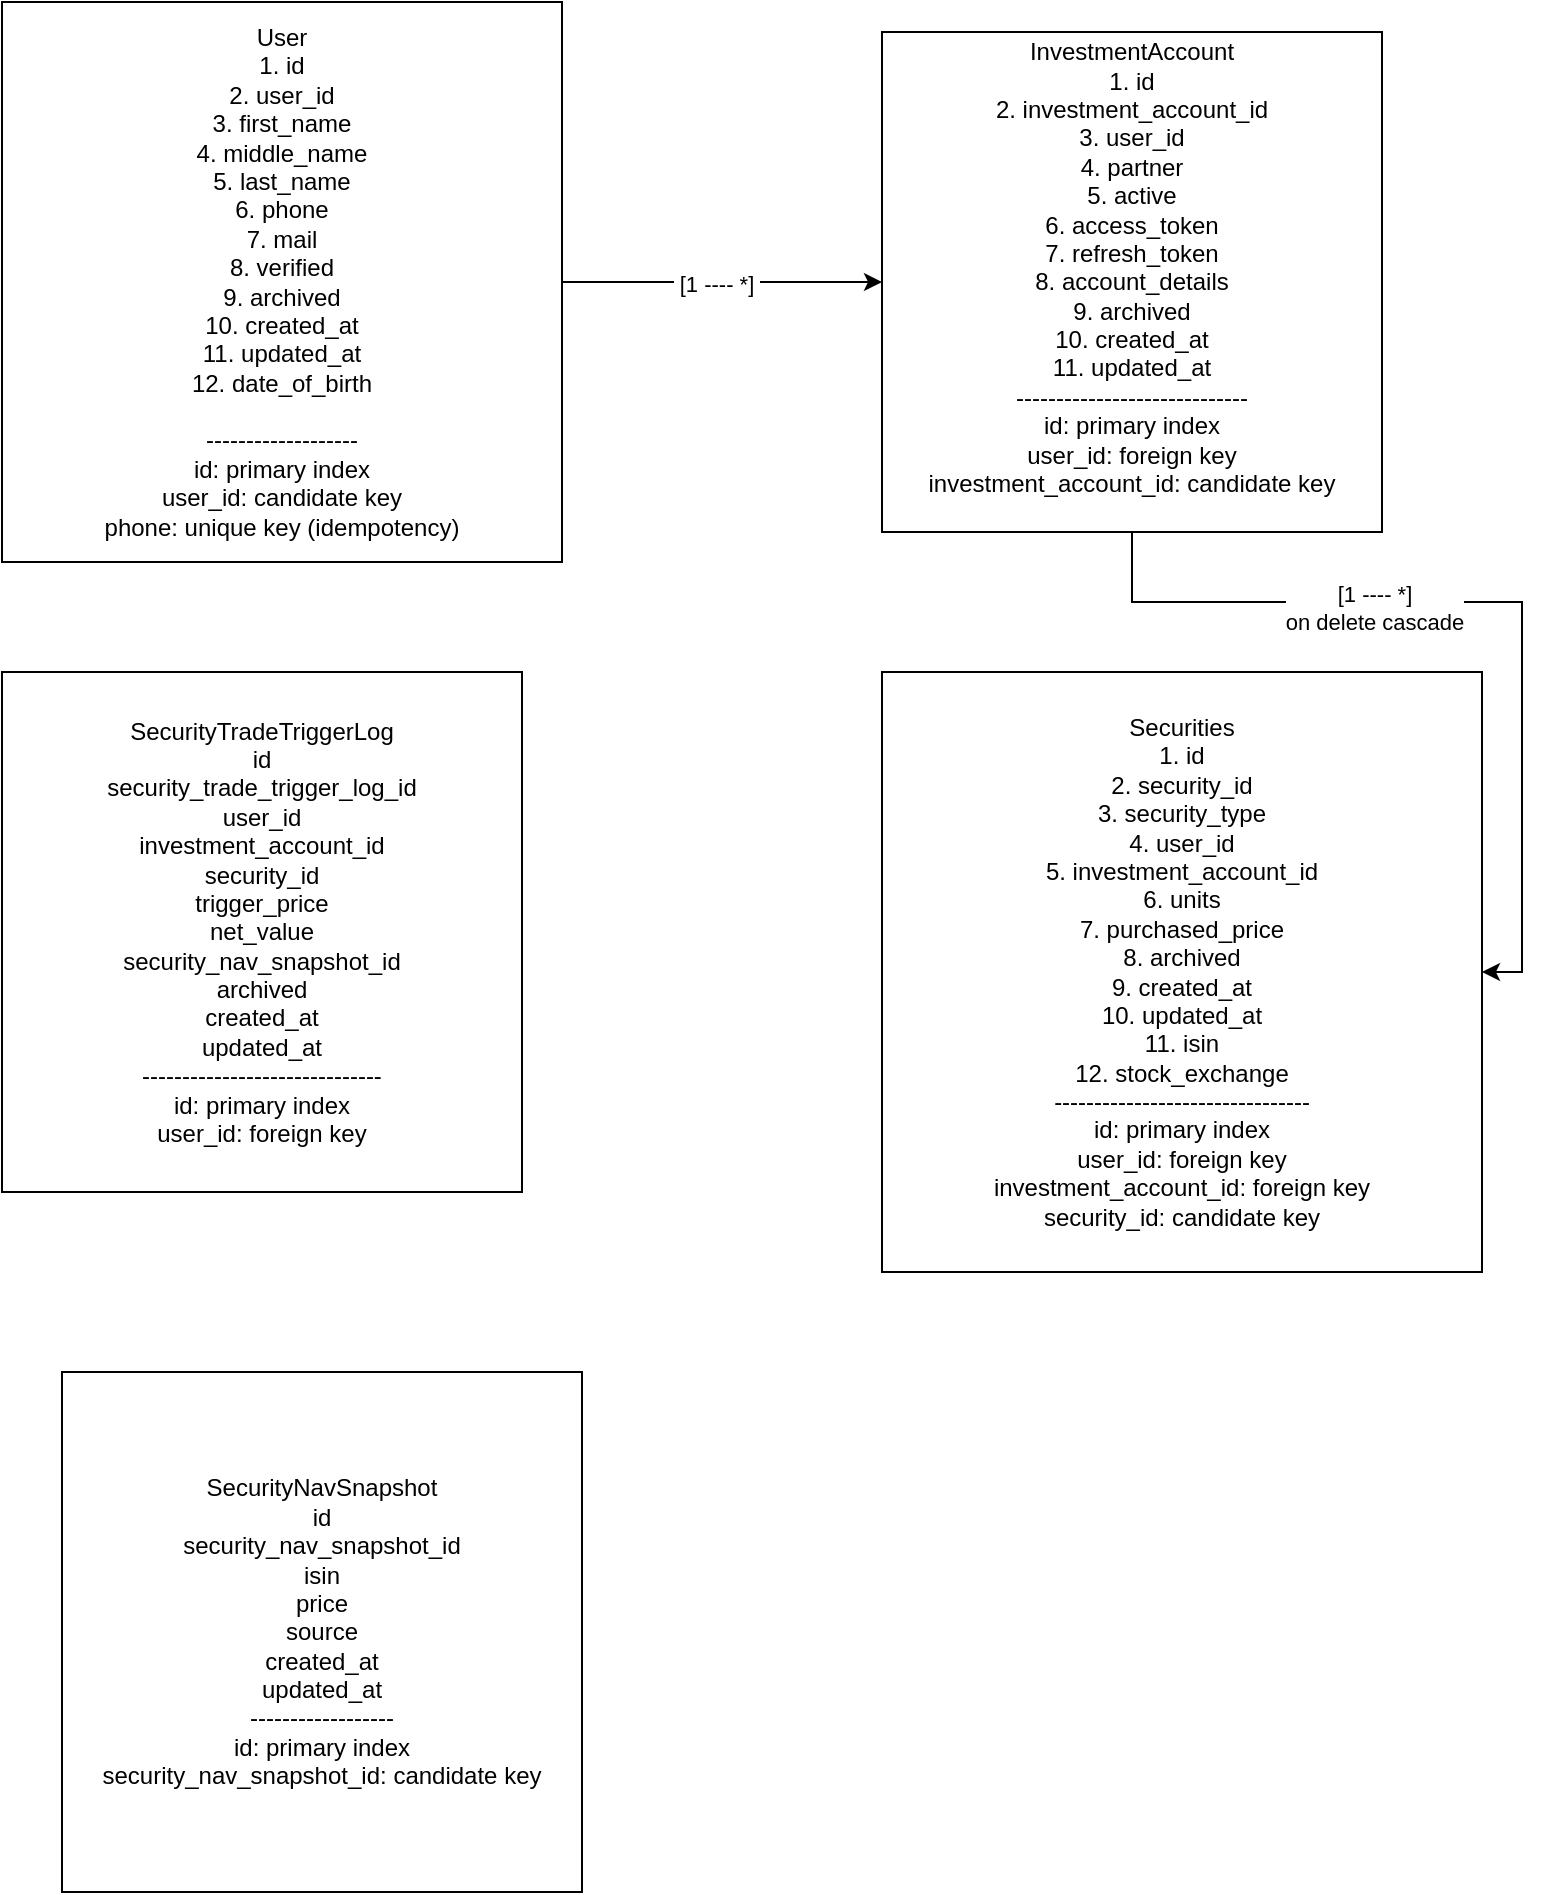
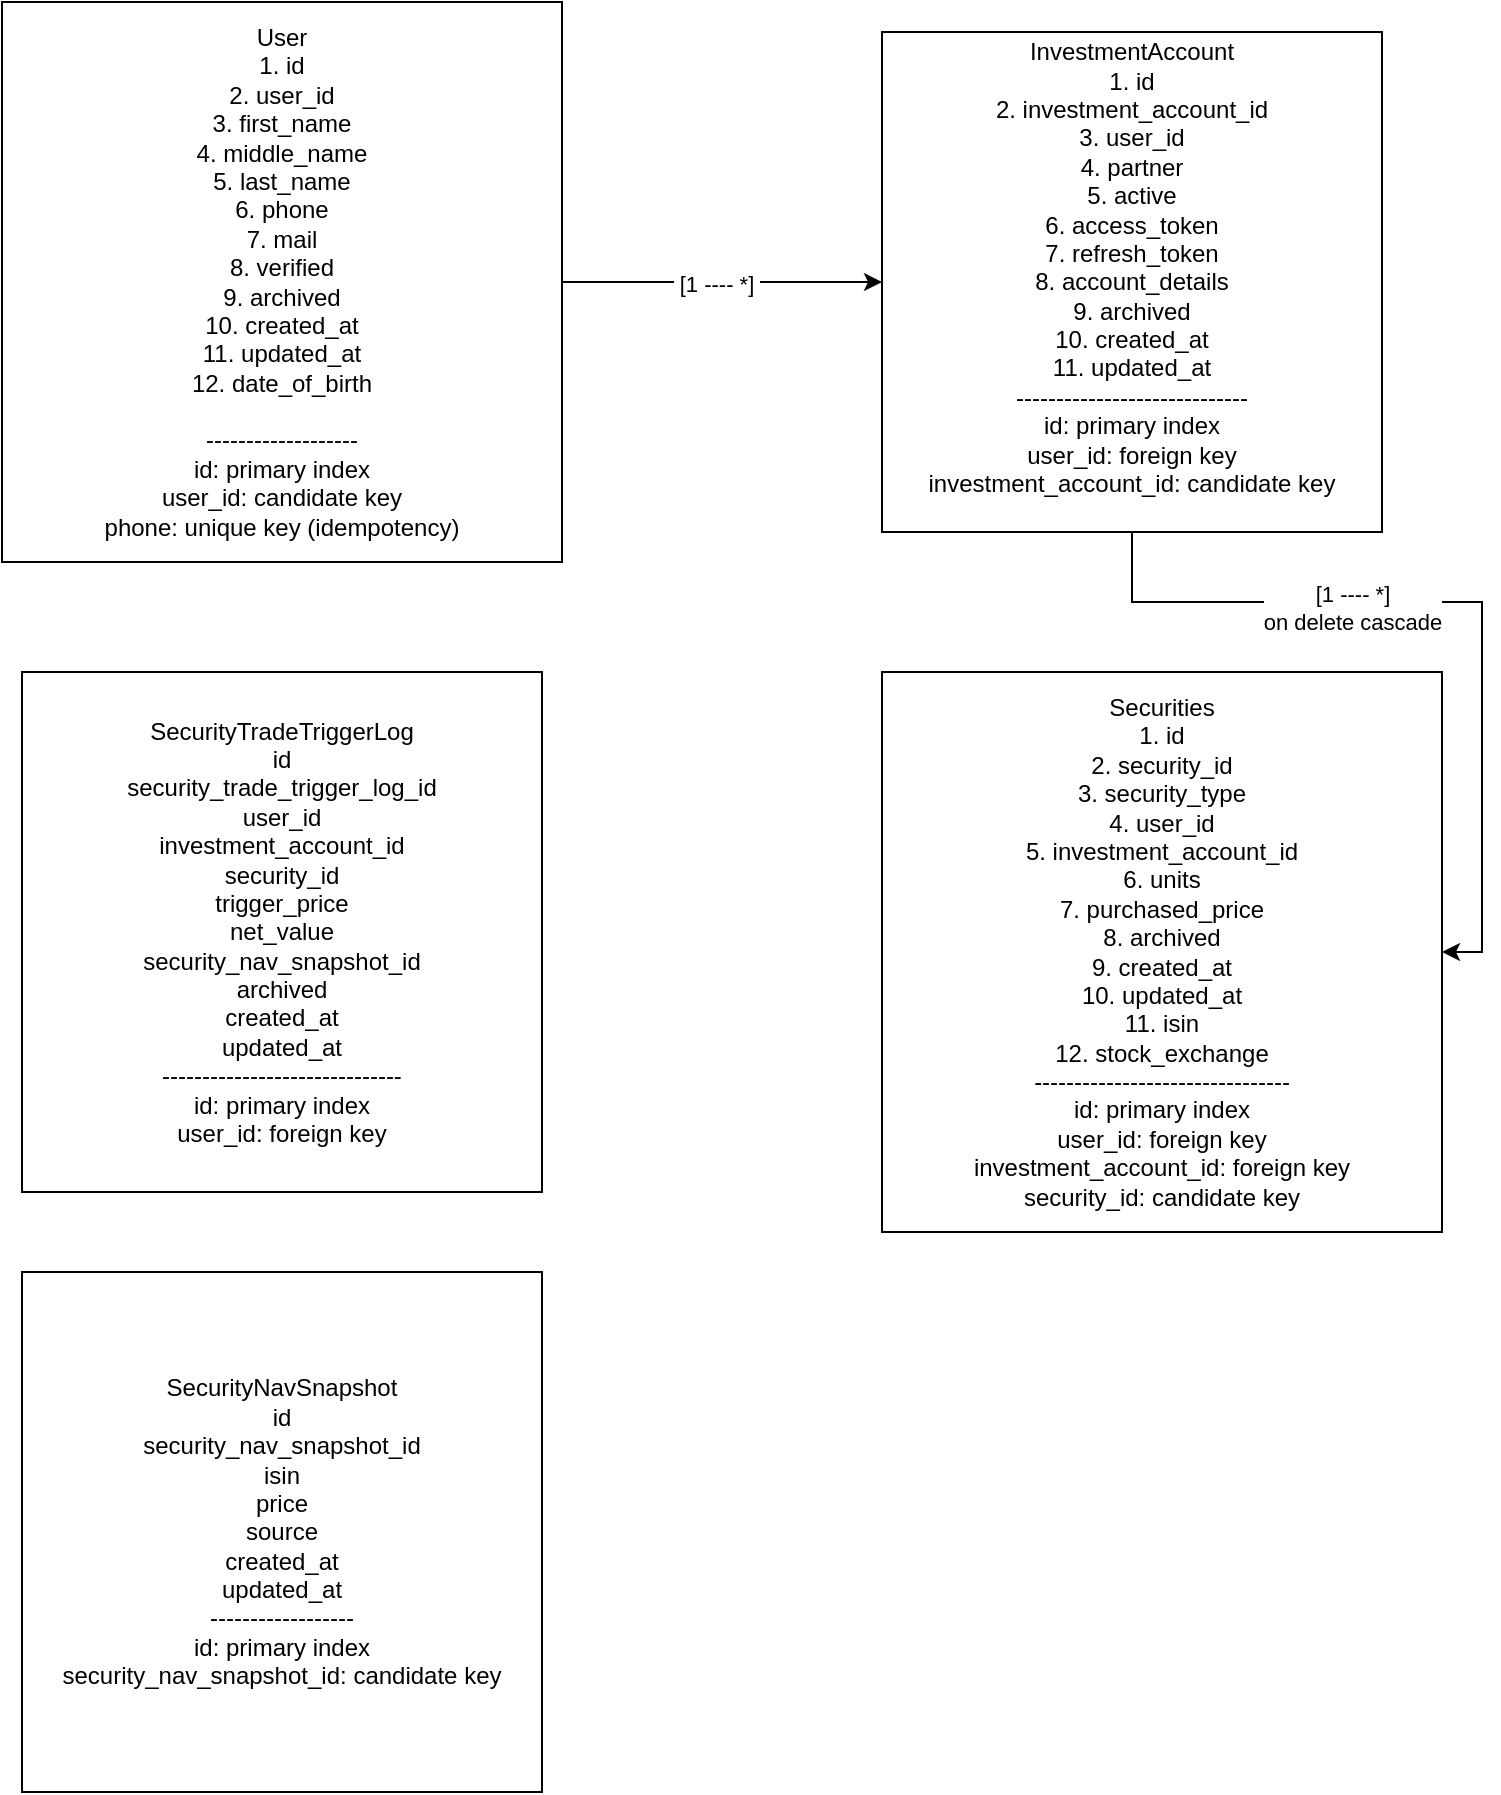
<mxfile host="app.diagrams.net" agent="Mozilla/5.0 (Macintosh; Intel Mac OS X 10_15_7) AppleWebKit/537.36 (KHTML, like Gecko) Chrome/142.0.0.0 Safari/537.36">
  <diagram name="Page-1" id="sUdJKDlqUUguzxYBoudD">
-     <mxGraphModel dx="411" dy="269" grid="1" gridSize="10" guides="1" tooltips="1" connect="1" arrows="1" fold="1" page="1" pageScale="1" pageWidth="827" pageHeight="1169" math="0" shadow="0">
+     <mxGraphModel dx="875" dy="573" grid="1" gridSize="10" guides="1" tooltips="1" connect="1" arrows="1" fold="1" page="1" pageScale="1" pageWidth="827" pageHeight="1169" math="0" shadow="0">
      <root>
        <mxCell id="0" />
        <mxCell id="1" parent="0" />
        <mxCell id="dAtLXOTo_t2N1C7jd-nU-3" edge="1" parent="1" source="dAtLXOTo_t2N1C7jd-nU-1" style="edgeStyle=orthogonalEdgeStyle;rounded=0;orthogonalLoop=1;jettySize=auto;html=1;" target="dAtLXOTo_t2N1C7jd-nU-2" value="">
          <mxGeometry relative="1" as="geometry" />
        </mxCell>
        <mxCell id="dAtLXOTo_t2N1C7jd-nU-4" connectable="0" parent="dAtLXOTo_t2N1C7jd-nU-3" style="edgeLabel;html=1;align=center;verticalAlign=middle;resizable=0;points=[];" value="&amp;nbsp;[1 ---- *]&amp;nbsp;" vertex="1">
          <mxGeometry relative="1" x="-0.0375" y="-1" as="geometry">
            <mxPoint as="offset" />
          </mxGeometry>
        </mxCell>
        <mxCell id="dAtLXOTo_t2N1C7jd-nU-1" parent="1" style="whiteSpace=wrap;html=1;aspect=fixed;" value="User&lt;br&gt;1. id&lt;div&gt;2. user_id&lt;/div&gt;&lt;div&gt;3. first_name&lt;/div&gt;&lt;div&gt;4. middle_name&lt;/div&gt;&lt;div&gt;5. last_name&lt;/div&gt;&lt;div&gt;6. phone&lt;/div&gt;&lt;div&gt;7. mail&lt;/div&gt;&lt;div&gt;8. verified&lt;/div&gt;&lt;div&gt;9. archived&lt;/div&gt;&lt;div&gt;10. created_at&lt;/div&gt;&lt;div&gt;11. updated_at&lt;/div&gt;&lt;div&gt;12. date_of_birth&lt;/div&gt;&lt;div&gt;&lt;br&gt;-------------------&lt;/div&gt;&lt;div&gt;id: primary index&lt;/div&gt;&lt;div&gt;user_id: candidate key&lt;/div&gt;&lt;div&gt;phone: unique key (idempotency)&lt;/div&gt;" vertex="1">
          <mxGeometry height="280" width="280" x="10" y="105" as="geometry" />
        </mxCell>
        <mxCell id="LFFCytzrhA1a5Olca1yH-1" edge="1" parent="1" source="dAtLXOTo_t2N1C7jd-nU-2" style="edgeStyle=orthogonalEdgeStyle;rounded=0;orthogonalLoop=1;jettySize=auto;html=1;entryX=1;entryY=0.5;entryDx=0;entryDy=0;" target="dAtLXOTo_t2N1C7jd-nU-5">
          <mxGeometry relative="1" as="geometry" />
        </mxCell>
        <mxCell id="LFFCytzrhA1a5Olca1yH-3" connectable="0" parent="LFFCytzrhA1a5Olca1yH-1" style="edgeLabel;html=1;align=center;verticalAlign=middle;resizable=0;points=[];" value="[1 ---- *]&lt;div&gt;on delete cascade&lt;/div&gt;" vertex="1">
          <mxGeometry relative="1" x="-0.285" y="-3" as="geometry">
            <mxPoint as="offset" />
          </mxGeometry>
        </mxCell>
        <mxCell id="dAtLXOTo_t2N1C7jd-nU-2" parent="1" style="whiteSpace=wrap;html=1;aspect=fixed;" value="InvestmentAccount&lt;div&gt;1. id&lt;/div&gt;&lt;div&gt;2. investment_account_id&lt;/div&gt;&lt;div&gt;3. user_id&lt;/div&gt;&lt;div&gt;4. partner&lt;/div&gt;&lt;div&gt;5. active&lt;/div&gt;&lt;div&gt;6. access_token&lt;/div&gt;&lt;div&gt;7. refresh_token&lt;/div&gt;&lt;div&gt;8. account_details&lt;/div&gt;&lt;div&gt;9. archived&lt;/div&gt;&lt;div&gt;10. created_at&lt;/div&gt;&lt;div&gt;11. updated_at&lt;/div&gt;&lt;div&gt;-----------------------------&lt;/div&gt;&lt;div&gt;&lt;div&gt;id: primary index&lt;/div&gt;&lt;div&gt;user_id: foreign key&lt;/div&gt;&lt;div&gt;&lt;span style=&quot;background-color: transparent; color: light-dark(rgb(0, 0, 0), rgb(255, 255, 255));&quot;&gt;investment_account_id&lt;/span&gt;: candidate key&lt;/div&gt;&lt;div&gt;&lt;br&gt;&lt;/div&gt;&lt;/div&gt;" vertex="1">
          <mxGeometry height="250" width="250" x="450" y="120" as="geometry" />
        </mxCell>
        <mxCell id="dAtLXOTo_t2N1C7jd-nU-5" parent="1" style="whiteSpace=wrap;html=1;aspect=fixed;" value="Securities&lt;div&gt;1. id&lt;/div&gt;&lt;div&gt;2. security_id&lt;/div&gt;&lt;div&gt;3. security_type&lt;/div&gt;&lt;div&gt;4. user_id&lt;/div&gt;&lt;div&gt;5. investment_account_id&lt;/div&gt;&lt;div&gt;6. units&lt;/div&gt;&lt;div&gt;7. purchased_price&lt;/div&gt;&lt;div&gt;8. archived&lt;/div&gt;&lt;div&gt;9. created_at&lt;/div&gt;&lt;div&gt;10. updated_at&lt;/div&gt;&lt;div&gt;11. isin&lt;/div&gt;&lt;div&gt;12. stock_exchange&lt;/div&gt;&lt;div&gt;--------------------------------&lt;/div&gt;&lt;div&gt;&lt;div&gt;id: primary index&lt;/div&gt;&lt;div&gt;user_id: foreign key&lt;/div&gt;&lt;div&gt;&lt;span style=&quot;background-color: transparent; color: light-dark(rgb(0, 0, 0), rgb(255, 255, 255));&quot;&gt;investment_account_id&lt;/span&gt;: foreign&amp;nbsp;key&lt;/div&gt;&lt;/div&gt;&lt;div&gt;security_id:&amp;nbsp;&lt;span style=&quot;background-color: transparent; color: light-dark(rgb(0, 0, 0), rgb(255, 255, 255));&quot;&gt;candidate key&lt;/span&gt;&lt;/div&gt;" vertex="1">
-           <mxGeometry height="300" width="300" x="450" y="440" as="geometry" />
+           <mxGeometry height="280" width="280" x="450" y="440" as="geometry" />
        </mxCell>
        <mxCell id="LFFCytzrhA1a5Olca1yH-4" parent="1" style="whiteSpace=wrap;html=1;aspect=fixed;" value="SecurityTradeTriggerLog&lt;div&gt;id&lt;/div&gt;&lt;div&gt;security_trade_trigger_log_id&lt;br&gt;user_id&lt;/div&gt;&lt;div&gt;investment_account_id&lt;/div&gt;&lt;div&gt;security_id&lt;/div&gt;&lt;div&gt;trigger_price&lt;/div&gt;&lt;div&gt;net_value&lt;/div&gt;&lt;div&gt;security_nav_snapshot_id&lt;/div&gt;&lt;div&gt;archived&lt;/div&gt;&lt;div&gt;created_at&lt;/div&gt;&lt;div&gt;updated_at&lt;/div&gt;&lt;div&gt;------------------------------&lt;/div&gt;&lt;div&gt;&lt;div&gt;id: primary index&lt;/div&gt;&lt;div&gt;user_id: foreign key&lt;/div&gt;&lt;/div&gt;" vertex="1">
-           <mxGeometry height="260" width="260" x="10" y="440" as="geometry" />
+           <mxGeometry height="260" width="260" x="20" y="440" as="geometry" />
        </mxCell>
        <mxCell id="LFFCytzrhA1a5Olca1yH-5" parent="1" style="whiteSpace=wrap;html=1;aspect=fixed;" value="SecurityNavSnapshot&lt;div&gt;id&lt;/div&gt;&lt;div&gt;security_nav_snapshot_id&lt;/div&gt;&lt;div&gt;isin&lt;/div&gt;&lt;div&gt;price&lt;/div&gt;&lt;div&gt;source&lt;/div&gt;&lt;div&gt;created_at&lt;/div&gt;&lt;div&gt;updated_at&lt;/div&gt;&lt;div&gt;------------------&lt;/div&gt;&lt;div&gt;&lt;div&gt;&lt;div&gt;id: primary index&lt;/div&gt;&lt;/div&gt;&lt;div&gt;&lt;span style=&quot;background-color: transparent; color: light-dark(rgb(0, 0, 0), rgb(255, 255, 255));&quot;&gt;security_nav_snapshot_id&lt;/span&gt;:&amp;nbsp;&lt;span style=&quot;background-color: transparent; color: light-dark(rgb(0, 0, 0), rgb(255, 255, 255));&quot;&gt;candidate key&lt;/span&gt;&lt;/div&gt;&lt;/div&gt;" vertex="1">
-           <mxGeometry height="260" width="260" x="40" y="790" as="geometry" />
+           <mxGeometry height="260" width="260" x="20" y="740" as="geometry" />
        </mxCell>
      </root>
    </mxGraphModel>
  </diagram>
</mxfile>
